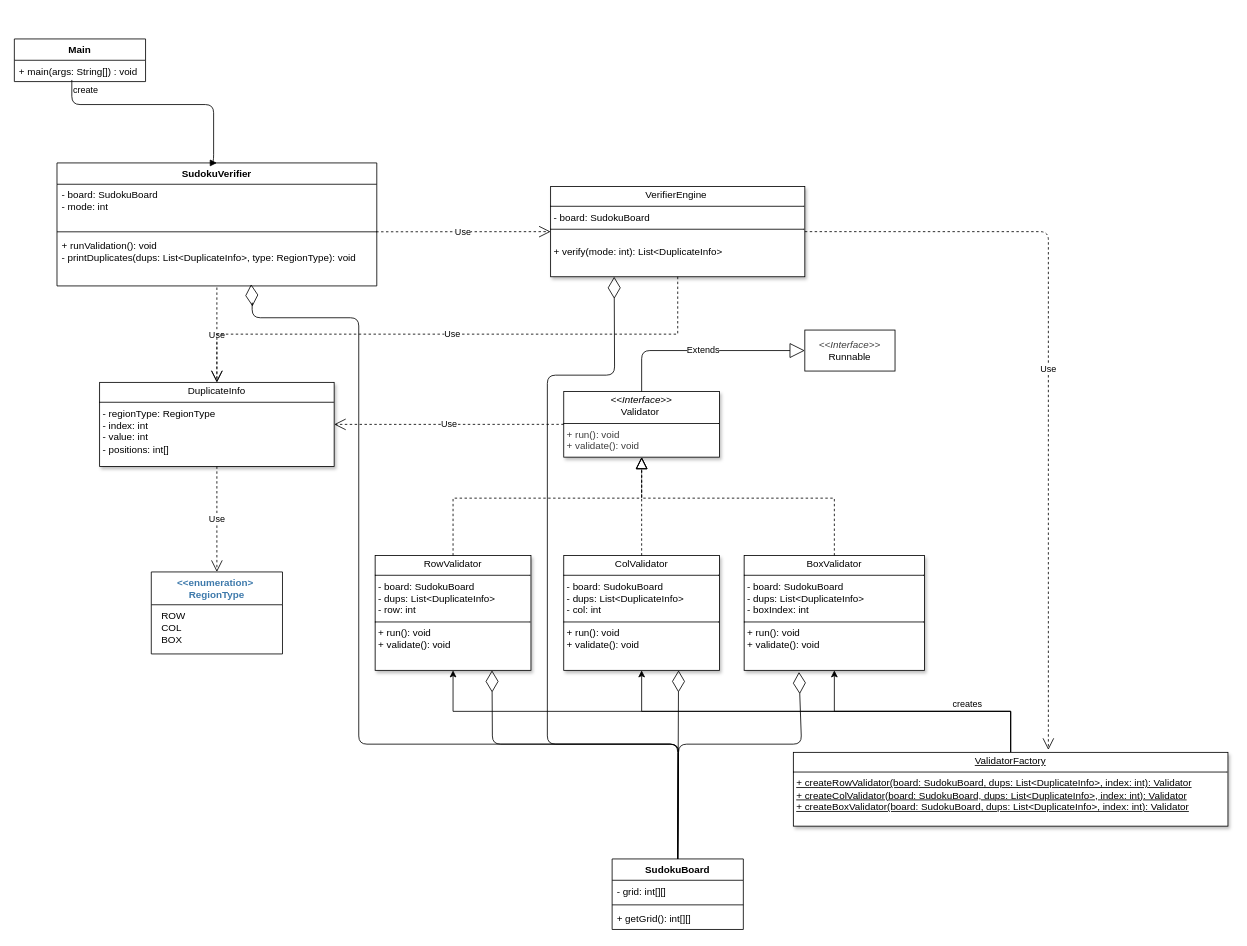
The draw.io diagram Diagrams/Class diagram.drawio in HazemMagdyIsmail/Lab9, before the edit. Source tidied: cells renumbered, new cells numbered last; positions are measured from the earlier drawing's top-left corner, leaving out a move shared by most shapes. Both pictures are drawn from the tidied source at 82%, with x=0, y=0 at pixel (14, 39).
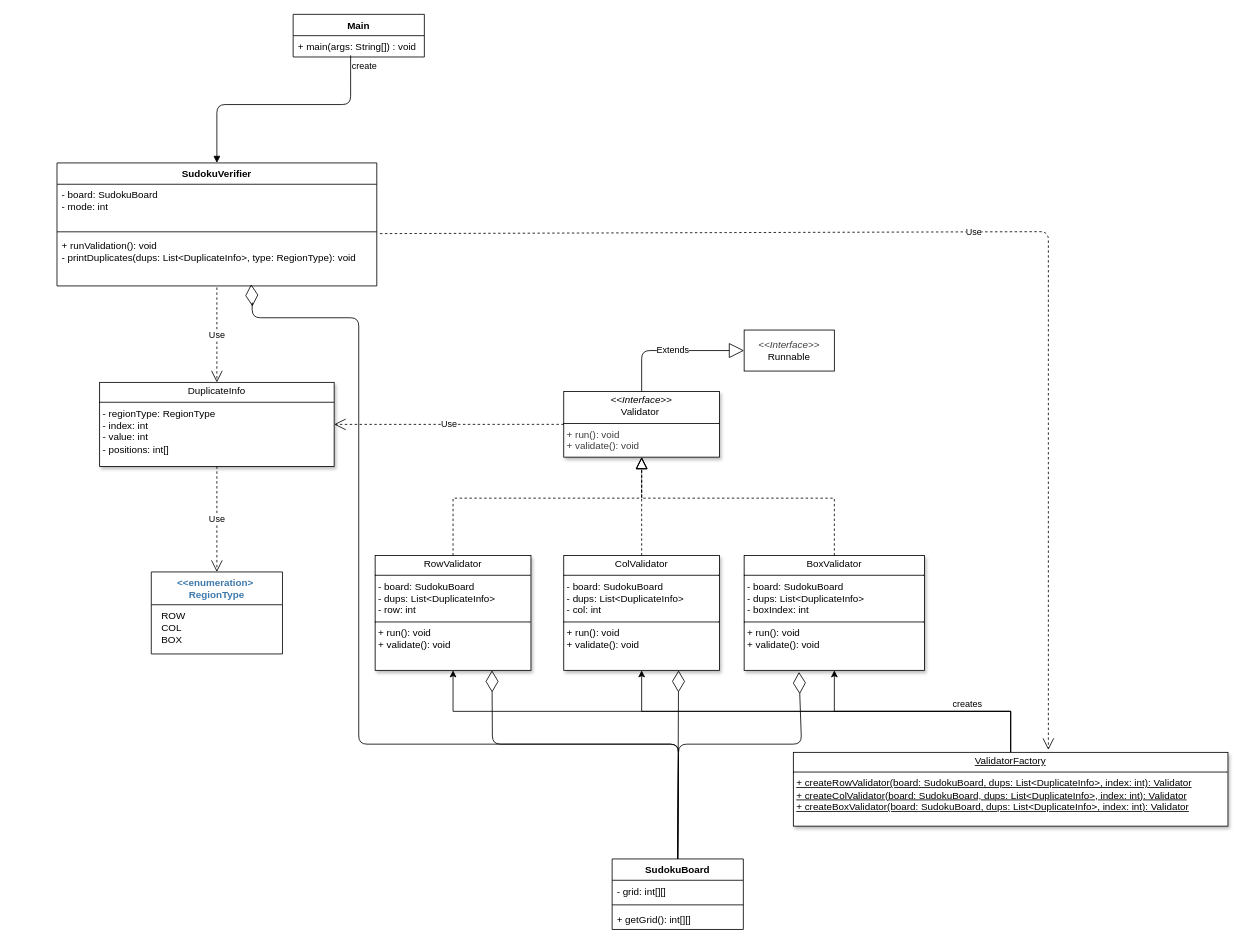
The same page after the edit.

The change refers to these unchanged cells:
```xml
<mxCell id="3" value="&lt;p style=&quot;text-align: center; margin: 4px 0px 0px;&quot;&gt;DuplicateInfo&lt;/p&gt;&lt;hr size=&quot;1&quot; style=&quot;border-style:solid;&quot;&gt;&lt;p style=&quot;margin:0px;margin-left:4px;&quot;&gt;- regionType: RegionType&lt;/p&gt;&lt;p style=&quot;margin:0px;margin-left:4px;&quot;&gt;- index: int&lt;/p&gt;&lt;p style=&quot;margin:0px;margin-left:4px;&quot;&gt;- value: int&lt;/p&gt;&lt;p style=&quot;margin:0px;margin-left:4px;&quot;&gt;- positions: int[]&lt;/p&gt;&lt;p style=&quot;margin:0px;margin-left:4px;&quot;&gt;&lt;br&gt;&lt;/p&gt;&lt;p style=&quot;margin:0px;margin-left:4px;&quot;&gt;&lt;br&gt;&lt;/p&gt;&lt;p style=&quot;margin:0px;margin-left:4px;&quot;&gt;&lt;br&gt;&lt;/p&gt;&lt;div&gt;&lt;br&gt;&lt;/div&gt;" style="verticalAlign=top;align=left;overflow=fill;html=1;whiteSpace=wrap;shadow=1;" parent="1" vertex="1">
  <mxGeometry x="104" y="418.8" width="286" height="102.5" as="geometry" />
</mxCell>
<mxCell id="25" value="&lt;div&gt;&lt;font color=&quot;#000000&quot;&gt;SudokuVerifier&lt;/font&gt;&lt;/div&gt;&lt;div&gt;&lt;br&gt;&lt;/div&gt;" style="swimlane;fontStyle=1;align=center;verticalAlign=top;horizontal=1;startSize=26;whiteSpace=wrap;html=1;" parent="1" vertex="1">
  <mxGeometry x="52" y="151.2" width="390" height="150" as="geometry" />
</mxCell>
<mxCell id="28" value="&lt;div&gt;&lt;font color=&quot;#000000&quot;&gt;+ runValidation(): void&lt;/font&gt;&lt;/div&gt;&lt;div&gt;&lt;font color=&quot;#000000&quot;&gt;- printDuplicates(dups: List&amp;lt;DuplicateInfo&amp;gt;, type: RegionType): void&lt;/font&gt;&lt;/div&gt;&lt;div&gt;&lt;br&gt;&lt;/div&gt;" style="text;strokeColor=none;fillColor=none;align=left;verticalAlign=top;spacingLeft=4;spacingRight=4;overflow=hidden;points=[[0,0.5],[1,0.5]];portConstraint=eastwest;whiteSpace=wrap;html=1;" parent="25" vertex="1">
  <mxGeometry y="88" width="390" height="62" as="geometry" />
</mxCell>
<mxCell id="29" value="SudokuBoard" style="swimlane;fontStyle=1;align=center;verticalAlign=top;horizontal=1;startSize=26;whiteSpace=wrap;html=1;" parent="1" vertex="1">
  <mxGeometry x="729" y="1000" width="160" height="86" as="geometry" />
</mxCell>
<mxCell id="40" value="+ main(args: String[]) : void" style="text;strokeColor=none;fillColor=none;align=left;verticalAlign=top;spacingLeft=4;spacingRight=4;overflow=hidden;points=[[0,0.5],[1,0.5]];portConstraint=eastwest;whiteSpace=wrap;html=1;" parent="39" vertex="1">
  <mxGeometry y="26" width="160" height="26" as="geometry" />
</mxCell>
```

What changed in the source:
```diff
@@
-    <mxCell id="2" value="&lt;p style=&quot;margin:0px;margin-top:4px;text-align:center;&quot;&gt;VerifierEngine&amp;nbsp;&lt;/p&gt;&lt;hr size=&quot;1&quot; style=&quot;border-style:solid;&quot;&gt;&lt;p style=&quot;margin:0px;margin-left:4px;&quot;&gt;- board: SudokuBoard&lt;/p&gt;&lt;hr size=&quot;1&quot; style=&quot;border-style:solid;&quot;&gt;&lt;p style=&quot;margin:0px;margin-left:4px;&quot;&gt;&lt;br&gt;&lt;/p&gt;&lt;p style=&quot;margin:0px;margin-left:4px;&quot;&gt;+ verify(mode: int): List&amp;lt;DuplicateInfo&amp;gt;&lt;/p&gt;&lt;p style=&quot;color: rgb(63, 63, 63); scrollbar-color: rgb(226, 226, 226) rgb(251, 251, 251); margin: 0px 0px 0px 4px;&quot;&gt;&lt;br style=&quot;color: rgb(63, 63, 63); scrollbar-color: rgb(226, 226, 226) rgb(251, 251, 251);&quot;&gt;&lt;/p&gt;" style="verticalAlign=top;align=left;overflow=fill;html=1;whiteSpace=wrap;shadow=1;" parent="1" vertex="1">
-      <mxGeometry x="654" y="180" width="310" height="110" as="geometry" />
-    </mxCell>
@@
-    <mxCell id="16" value="Use" style="endArrow=open;endSize=12;dashed=1;html=1;rounded=0;entryX=0;entryY=0.5;entryDx=0;entryDy=0;exitX=0.998;exitY=-0.065;exitDx=0;exitDy=0;exitPerimeter=0;" parent="1" edge="1" source="28" target="2">
-      <mxGeometry relative="1" as="geometry" />
-    </mxCell>
@@
-    <mxCell id="22" value="Use" style="endArrow=open;endSize=12;dashed=1;html=1;rounded=0;exitX=0.5;exitY=1;exitDx=0;exitDy=0;entryX=0.5;entryY=0;entryDx=0;entryDy=0;" parent="1" edge="1" source="2" target="3">
-      <mxGeometry relative="1" as="geometry">
-        <Array as="points">
-          <mxPoint x="809" y="360" />
-          <mxPoint x="247" y="360" />
-        </Array>
-      </mxGeometry>
-    </mxCell>
     <mxCell id="23" value="&lt;i style=&quot;color: rgb(63, 63, 63); scrollbar-color: rgb(226, 226, 226) rgb(251, 251, 251);&quot;&gt;&amp;lt;&amp;lt;Interface&amp;gt;&amp;gt;&lt;/i&gt;&lt;br style=&quot;color: rgb(63, 63, 63); scrollbar-color: rgb(226, 226, 226) rgb(251, 251, 251);&quot;&gt;Runnable" style="html=1;whiteSpace=wrap;" parent="1" vertex="1">
-      <mxGeometry x="964" y="355" width="110" height="50" as="geometry" />
+      <mxGeometry x="890" y="355" width="110" height="50" as="geometry" />
     </mxCell>
@@
-    <mxCell id="33" value="Use" style="endArrow=open;endSize=12;dashed=1;html=1;exitX=1;exitY=0.5;exitDx=0;exitDy=0;" parent="1" edge="1" source="2">
+    <mxCell id="33" value="Use" style="endArrow=open;endSize=12;dashed=1;html=1;exitX=1.01;exitY=-0.029;exitDx=0;exitDy=0;exitPerimeter=0;" parent="1" edge="1" source="28">
       <mxGeometry relative="1" as="geometry">
         <mxPoint x="1261" y="867" as="targetPoint" />
         <Array as="points">
           <mxPoint x="1261" y="235" />
         </Array>
       </mxGeometry>
     </mxCell>
@@
-    <mxCell id="37" style="endArrow=diamondThin;endFill=0;endSize=24;html=1;entryX=0.25;entryY=1;entryDx=0;entryDy=0;exitX=0.5;exitY=0;exitDx=0;exitDy=0;" parent="1" edge="1" source="29" target="2">
-      <mxGeometry relative="1" as="geometry">
-        <Array as="points">
-          <mxPoint x="809" y="860" />
-          <mxPoint x="650" y="860" />
-          <mxPoint x="650" y="410" />
-          <mxPoint x="732" y="410" />
-        </Array>
-      </mxGeometry>
-    </mxCell>
@@
     <mxCell id="39" value="Main" style="swimlane;fontStyle=1;align=center;verticalAlign=top;horizontal=1;startSize=26;whiteSpace=wrap;html=1;" parent="1" vertex="1">
-      <mxGeometry width="160" height="52" as="geometry" />
+      <mxGeometry x="340" y="-30" width="160" height="52" as="geometry" />
     </mxCell>
@@
     <mxCell id="41" value="create" style="endArrow=block;endFill=1;html=1;edgeStyle=orthogonalEdgeStyle;align=left;verticalAlign=top;exitX=0.438;exitY=0.923;exitDx=0;exitDy=0;exitPerimeter=0;entryX=0.5;entryY=0;entryDx=0;entryDy=0;" parent="1" edge="1" source="40" target="25">
       <mxGeometry x="-1" relative="1" as="geometry">
         <Array as="points">
-          <mxPoint x="70" y="80" />
-          <mxPoint x="243" y="80" />
+          <mxPoint x="410" y="80" />
+          <mxPoint x="247" y="80" />
         </Array>
       </mxGeometry>
     </mxCell>
```
